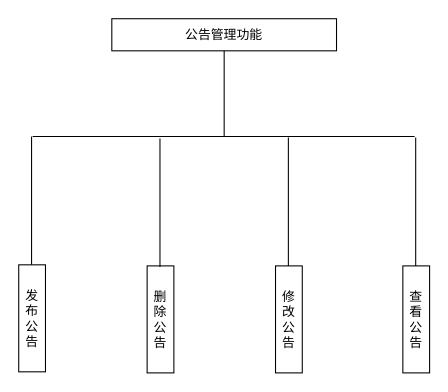
Before: 公告管理功能.drawio in creazy412/none, a draw.io diagram. Source tidied: cells renumbered, new cells numbered last; positions are measured from the earlier drawing's top-left corner, leaving out a move shared by most shapes. Both pictures are drawn from the tidied source at 107%, with x=0, y=0 at pixel (18, 18).
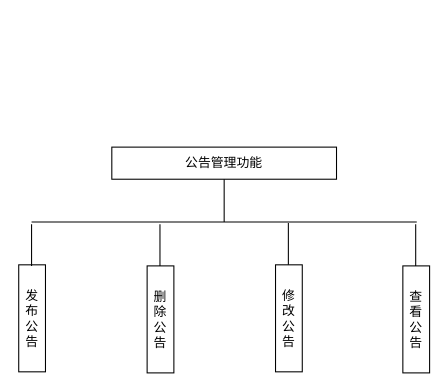
Above is the later version.

Commit message:
更新公告管理功能.drawio

Change to the diagram source:
```diff
@@
 <mxGraphModel>
   <root>
     <mxCell id="0" />
     <mxCell id="1" parent="0" />
     <mxCell id="2" value="&lt;font face=&quot;宋体&quot;&gt;公告管理功能&lt;/font&gt;" style="rounded=0;whiteSpace=wrap;html=1;" parent="1" vertex="1">
-      <mxGeometry x="87" width="210" height="30" as="geometry" />
+      <mxGeometry x="87" y="120" width="210" height="30" as="geometry" />
     </mxCell>
     <mxCell id="3" style="endArrow=none;html=1;rounded=0;entryX=0.5;entryY=1;entryDx=0;entryDy=0;" parent="1" edge="1" target="2">
       <mxGeometry relative="1" as="geometry">
-        <mxPoint x="192" y="110" as="sourcePoint" />
+        <mxPoint x="192" y="190" as="sourcePoint" />
       </mxGeometry>
     </mxCell>
     <mxCell id="4" value="&lt;font face=&quot;宋体&quot;&gt;删除公告&lt;/font&gt;" style="rounded=0;whiteSpace=wrap;html=1;" parent="1" vertex="1">
       <mxGeometry x="120" y="231" width="25" height="100" as="geometry" />
     </mxCell>
     <mxCell id="5" style="endArrow=none;html=1;rounded=0;" parent="1" edge="1">
       <mxGeometry relative="1" as="geometry">
-        <mxPoint x="13" y="110" as="sourcePoint" />
-        <mxPoint x="370" y="110" as="targetPoint" />
+        <mxPoint x="12" y="190" as="sourcePoint" />
+        <mxPoint x="372" y="190" as="targetPoint" />
       </mxGeometry>
     </mxCell>
     <mxCell id="6" value="&lt;font face=&quot;宋体&quot;&gt;发布公告&lt;/font&gt;" style="rounded=0;whiteSpace=wrap;html=1;" parent="1" vertex="1">
       <mxGeometry y="230" width="25" height="100" as="geometry" />
     </mxCell>
-    <mxCell id="7" style="endArrow=none;html=1;rounded=0;" parent="1" edge="1">
-      <mxGeometry relative="1" as="geometry">
-        <mxPoint x="12" y="230" as="sourcePoint" />
-        <mxPoint x="12" y="110" as="targetPoint" />
-      </mxGeometry>
-    </mxCell>
     <mxCell id="8" value="&lt;font face=&quot;宋体&quot;&gt;修改公告&lt;/font&gt;" style="rounded=0;whiteSpace=wrap;html=1;" parent="1" vertex="1">
-      <mxGeometry x="240" y="231" width="25" height="100" as="geometry" />
+      <mxGeometry x="240" y="230" width="25" height="100" as="geometry" />
     </mxCell>
     <mxCell id="9" style="endArrow=none;html=1;rounded=0;" parent="1" edge="1">
       <mxGeometry relative="1" as="geometry">
-        <mxPoint x="252" y="231" as="sourcePoint" />
-        <mxPoint x="252" y="111" as="targetPoint" />
+        <mxPoint x="252" y="230" as="sourcePoint" />
+        <mxPoint x="252" y="191" as="targetPoint" />
       </mxGeometry>
     </mxCell>
     <mxCell id="10" value="&lt;font face=&quot;宋体&quot;&gt;查看公告&lt;/font&gt;" style="rounded=0;whiteSpace=wrap;html=1;" parent="1" vertex="1">
       <mxGeometry x="359" y="231" width="25" height="100" as="geometry" />
     </mxCell>
-    <mxCell id="11" style="endArrow=none;html=1;rounded=0;" parent="1" edge="1">
-      <mxGeometry relative="1" as="geometry">
-        <mxPoint x="371" y="231" as="sourcePoint" />
-        <mxPoint x="371" y="111" as="targetPoint" />
-      </mxGeometry>
-    </mxCell>
-    <mxCell id="12" style="endArrow=none;html=1;rounded=0;" parent="1" edge="1">
-      <mxGeometry relative="1" as="geometry">
-        <mxPoint x="132" y="232" as="sourcePoint" />
-        <mxPoint x="132" y="112" as="targetPoint" />
-      </mxGeometry>
-    </mxCell>
+    <mxCell id="13" style="endArrow=none;html=1;rounded=0;" parent="1" edge="1">
+      <mxGeometry relative="1" as="geometry">
+        <mxPoint x="12" y="231" as="sourcePoint" />
+        <mxPoint x="12" y="192" as="targetPoint" />
+      </mxGeometry>
+    </mxCell>
+    <mxCell id="14" style="endArrow=none;html=1;rounded=0;" parent="1" edge="1">
+      <mxGeometry relative="1" as="geometry">
+        <mxPoint x="132" y="231" as="sourcePoint" />
+        <mxPoint x="132" y="192" as="targetPoint" />
+      </mxGeometry>
+    </mxCell>
+    <mxCell id="15" style="endArrow=none;html=1;rounded=0;" parent="1" edge="1">
+      <mxGeometry relative="1" as="geometry">
+        <mxPoint x="371" y="231" as="sourcePoint" />
+        <mxPoint x="371" y="192" as="targetPoint" />
+      </mxGeometry>
+    </mxCell>
   </root>
 </mxGraphModel>
```
